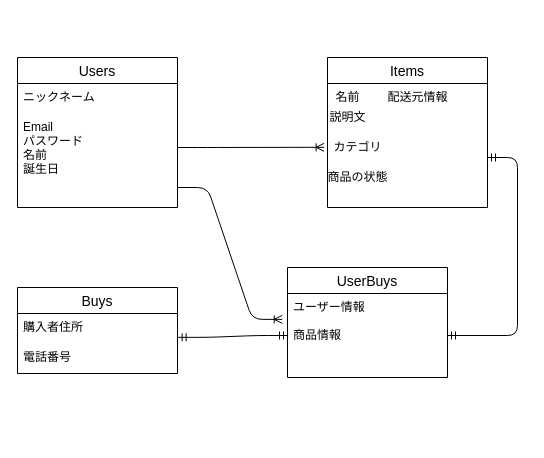
Before: ER図.dio in ShinYKT/furima_32466, a draw.io diagram. Source tidied: cells renumbered, new cells numbered last; positions are measured from the earlier drawing's top-left corner, leaving out a move shared by most shapes. Both pictures are drawn from the tidied source at 100%, with x=0, y=0 at pixel (17, 57).
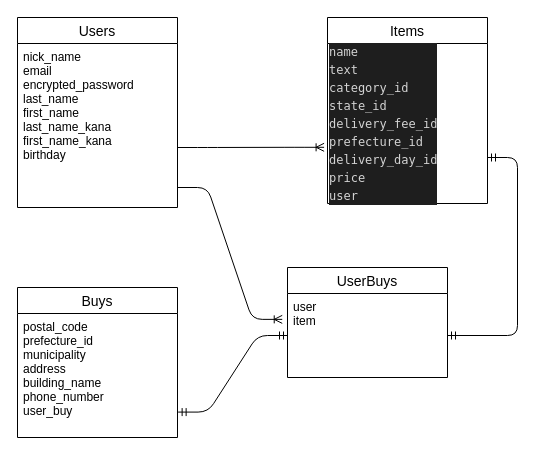
The same diagram, later.

The change refers to these unchanged cells:
```xml
<mxCell id="14" value="UserBuys" style="swimlane;fontStyle=0;horizontal=1;startSize=26;align=center;fontSize=14;" parent="1" vertex="1">
  <mxGeometry x="270" y="210" width="160" height="110" as="geometry" />
</mxCell>
```

The edit, as a diff of the source:
```diff
@@
     <mxCell id="2" value="Buys" style="swimlane;fontStyle=0;horizontal=1;startSize=26;align=center;fontSize=14;" parent="1" vertex="1">
-      <mxGeometry y="230" width="160" height="86" as="geometry" />
+      <mxGeometry y="230" width="160" height="150" as="geometry" />
     </mxCell>
-    <mxCell id="3" value="購入者住所" style="text;strokeColor=none;fillColor=none;spacingLeft=4;spacingRight=4;overflow=hidden;points=[[0,0.5],[1,0.5]];portConstraint=eastwest;fontSize=12;" parent="2" vertex="1">
-      <mxGeometry y="26" width="160" height="30" as="geometry" />
+    <mxCell id="3" value="postal_code &#10;prefecture_id &#10;municipality &#10;address    &#10;building_name &#10;phone_number &#10;user_buy &#10;&#10;" style="text;strokeColor=none;fillColor=none;spacingLeft=4;spacingRight=4;overflow=hidden;points=[[0,0.5],[1,0.5]];portConstraint=eastwest;fontSize=12;" parent="2" vertex="1">
+      <mxGeometry y="26" width="160" height="124" as="geometry" />
     </mxCell>
-    <mxCell id="4" value="電話番号" style="text;strokeColor=none;fillColor=none;spacingLeft=4;spacingRight=4;overflow=hidden;fontSize=12;" parent="2" vertex="1">
-      <mxGeometry y="56" width="160" height="30" as="geometry" />
-    </mxCell>
     <mxCell id="5" value="Items" style="swimlane;fontStyle=0;horizontal=1;startSize=26;align=center;fontSize=14;" parent="1" vertex="1">
-      <mxGeometry x="310" width="160" height="150" as="geometry" />
+      <mxGeometry x="310" y="-40" width="160" height="186" as="geometry" />
     </mxCell>
+    <mxCell id="20" value="&lt;div style=&quot;color: rgb(212 , 212 , 212) ; background-color: rgb(30 , 30 , 30) ; font-family: &amp;#34;menlo&amp;#34; , &amp;#34;monaco&amp;#34; , &amp;#34;courier new&amp;#34; , monospace ; line-height: 18px&quot;&gt;&lt;div style=&quot;line-height: 18px&quot;&gt;name&lt;/div&gt;&lt;div style=&quot;line-height: 18px&quot;&gt;&lt;div style=&quot;line-height: 18px&quot;&gt;text&lt;/div&gt;&lt;/div&gt;&lt;div style=&quot;line-height: 18px&quot;&gt;&lt;div style=&quot;line-height: 18px&quot;&gt;category_id&lt;/div&gt;&lt;/div&gt;&lt;div style=&quot;line-height: 18px&quot;&gt;&lt;div style=&quot;line-height: 18px&quot;&gt;state_id&lt;/div&gt;&lt;/div&gt;&lt;div style=&quot;line-height: 18px&quot;&gt;&lt;div style=&quot;line-height: 18px&quot;&gt;delivery_fee_id&lt;/div&gt;&lt;/div&gt;&lt;div style=&quot;line-height: 18px&quot;&gt;&lt;div style=&quot;line-height: 18px&quot;&gt;prefecture_id&lt;/div&gt;&lt;/div&gt;&lt;div style=&quot;line-height: 18px&quot;&gt;&lt;div style=&quot;line-height: 18px&quot;&gt;delivery_day_id&lt;/div&gt;&lt;/div&gt;&lt;div style=&quot;line-height: 18px&quot;&gt;&lt;div style=&quot;line-height: 18px&quot;&gt;price&lt;/div&gt;&lt;div style=&quot;line-height: 18px&quot;&gt;user&amp;nbsp;&lt;/div&gt;&lt;/div&gt;&lt;/div&gt;" style="text;html=1;align=left;verticalAlign=middle;" parent="5" vertex="1">
+      <mxGeometry y="26" width="160" height="160" as="geometry" />
+    </mxCell>
     <mxCell id="6" value="Users" style="swimlane;fontStyle=0;horizontal=1;startSize=26;align=center;fontSize=14;" parent="1" vertex="1">
-      <mxGeometry width="160" height="150" as="geometry" />
+      <mxGeometry y="-40" width="160" height="190" as="geometry" />
     </mxCell>
-    <mxCell id="7" value="ニックネーム&#10;" style="text;strokeColor=none;fillColor=none;spacingLeft=4;spacingRight=4;overflow=hidden;fontSize=12;" parent="6" vertex="1">
-      <mxGeometry y="26" width="160" height="30" as="geometry" />
+    <mxCell id="7" value="nick_name&#10;email &#10;encrypted_password&#10;last_name&#10;first_name   &#10;last_name_kana&#10;first_name_kana&#10;birthday   &#10;&#10;" style="text;strokeColor=none;fillColor=none;spacingLeft=4;spacingRight=4;overflow=hidden;fontSize=12;" parent="6" vertex="1">
+      <mxGeometry y="26" width="160" height="164" as="geometry" />
     </mxCell>
-    <mxCell id="8" value="Email&#10;パスワード&#10;名前&#10;誕生日" style="text;strokeColor=none;fillColor=none;spacingLeft=4;spacingRight=4;overflow=hidden;fontSize=12;" parent="6" vertex="1">
-      <mxGeometry y="56" width="160" height="94" as="geometry" />
-    </mxCell>
-    <mxCell id="9" value="名前&lt;br&gt;" style="text;html=1;align=center;verticalAlign=middle;" parent="1" vertex="1">
-      <mxGeometry x="310" y="30" width="40" height="20" as="geometry" />
-    </mxCell>
-    <mxCell id="10" value="説明文&lt;br&gt;" style="text;html=1;align=center;verticalAlign=middle;" parent="1" vertex="1">
-      <mxGeometry x="305" y="50" width="50" height="20" as="geometry" />
-    </mxCell>
-    <mxCell id="11" value="カテゴリ" style="text;html=1;align=center;verticalAlign=middle;points=[];" parent="1" vertex="1">
-      <mxGeometry x="310" y="80" width="60" height="20" as="geometry" />
-    </mxCell>
-    <mxCell id="12" value="商品の状態" style="text;html=1;align=center;verticalAlign=middle;" parent="1" vertex="1">
-      <mxGeometry x="300" y="110" width="80" height="20" as="geometry" />
-    </mxCell>
-    <mxCell id="13" value="配送元情報" style="text;html=1;align=center;verticalAlign=middle;" parent="1" vertex="1">
-      <mxGeometry x="360" y="30" width="80" height="20" as="geometry" />
-    </mxCell>
@@
-    <mxCell id="15" value="ユーザー情報&#10;&#10;商品情報" style="text;strokeColor=none;fillColor=none;spacingLeft=4;spacingRight=4;overflow=hidden;points=[[0,0.5],[1,0.5]];portConstraint=eastwest;fontSize=12;" parent="14" vertex="1">
+    <mxCell id="15" value="user&#10;item" style="text;strokeColor=none;fillColor=none;spacingLeft=4;spacingRight=4;overflow=hidden;points=[[0,0.5],[1,0.5]];portConstraint=eastwest;fontSize=12;" parent="14" vertex="1">
       <mxGeometry y="26" width="160" height="84" as="geometry" />
     </mxCell>
@@
-    <mxCell id="19" style="edgeStyle=entityRelationEdgeStyle;fontSize=12;html=1;endArrow=ERoneToMany;entryX=-0.056;entryY=0.492;entryDx=0;entryDy=0;entryPerimeter=0;" parent="1" edge="1" target="11">
+    <mxCell id="19" style="edgeStyle=entityRelationEdgeStyle;fontSize=12;html=1;endArrow=ERoneToMany;entryX=-0.056;entryY=0.492;entryDx=0;entryDy=0;entryPerimeter=0;" parent="1" edge="1">
       <mxGeometry relative="1" as="geometry">
         <mxPoint x="160" y="90" as="sourcePoint" />
+        <mxPoint x="306.6" y="89.8" as="targetPoint" />
       </mxGeometry>
     </mxCell>
```
